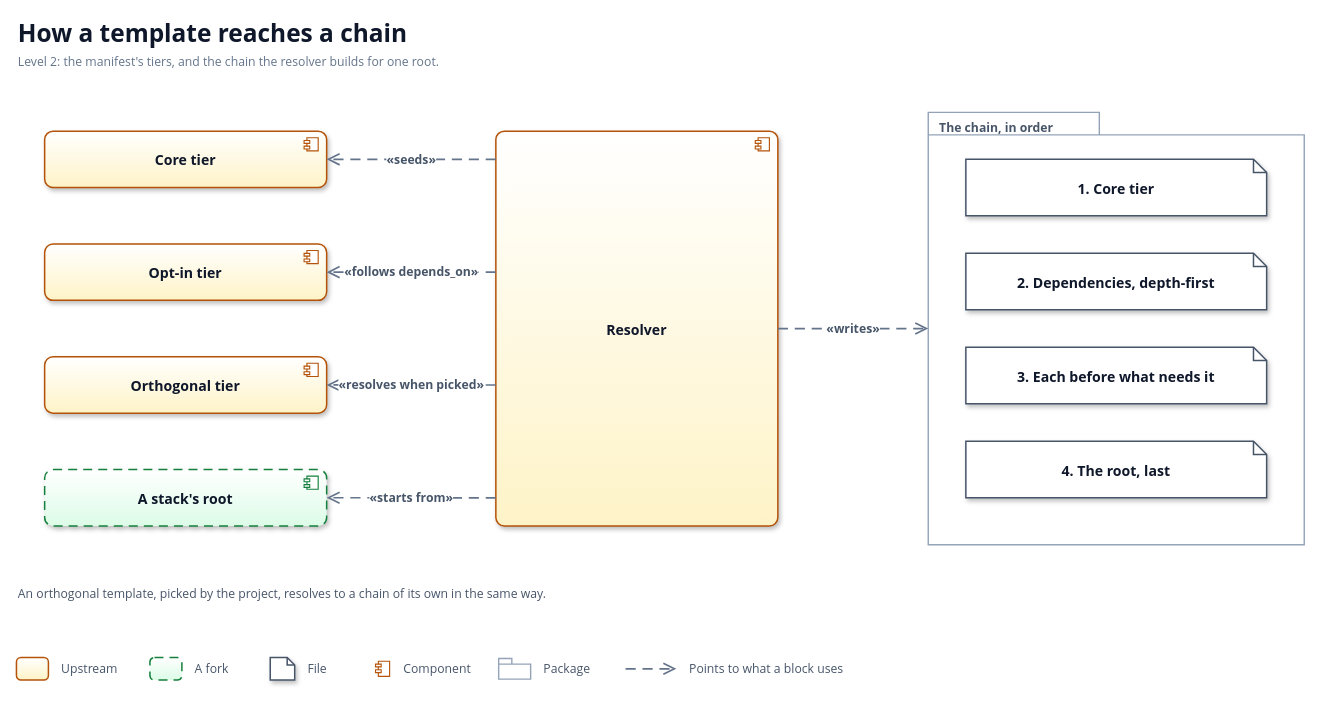
Above: docs/diagrams/building-blocks-manifest.drawio in solid-ai-dev/solid-ai-templates (draw.io), before the change. Source tidied: cells renumbered, new cells numbered last; positions are measured from the earlier drawing's top-left corner, leaving out a move shared by most shapes. Both pictures are drawn from the tidied source at 94%, with x=0, y=0 at pixel (16, 16).
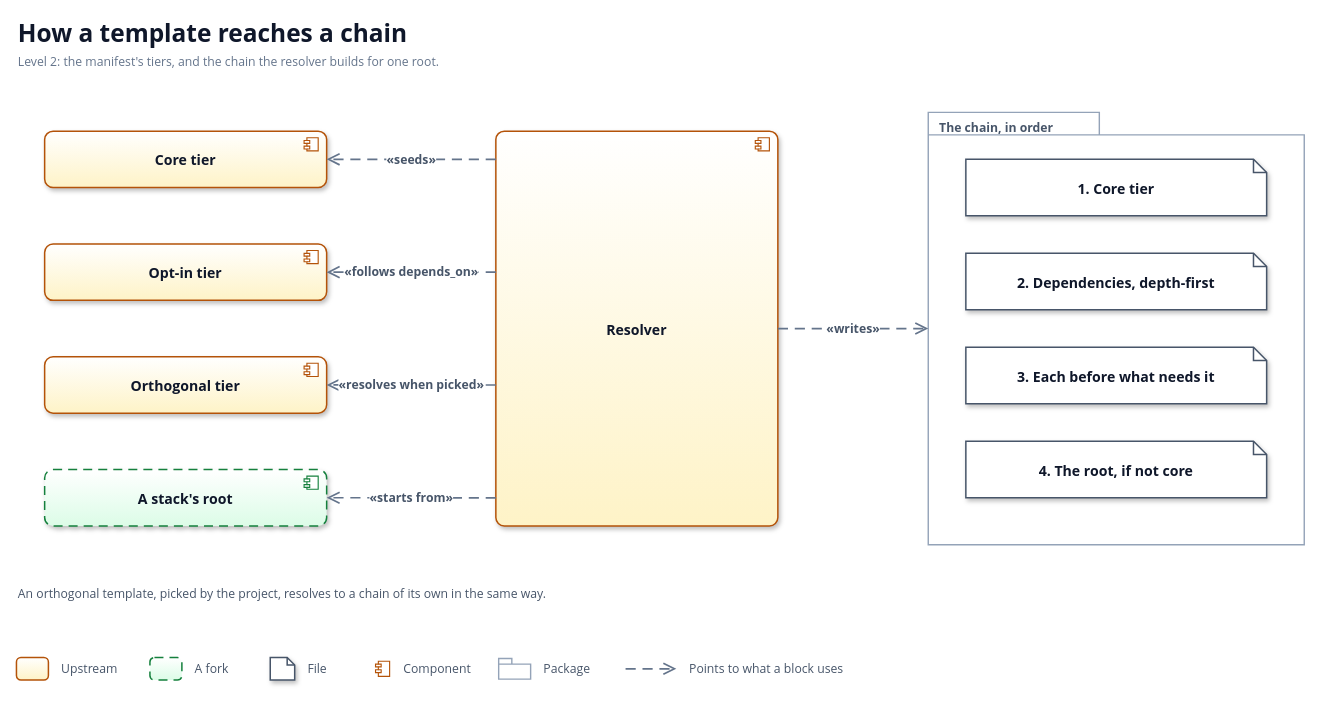
Above is the later version.

Diff of the diagram source:
```diff
@@
-    <mxCell id="18" value="4. The root, last" style="shape=note;size=14;whiteSpace=wrap;html=1;fillColor=#FFFFFF;strokeColor=#475569;strokeWidth=1.6;shadow=1;align=center;verticalAlign=middle;fontFamily=Segoe UI;fontSize=15;fontStyle=1;fontColor=#0F172A;spacingLeft=10;spacingRight=10;" parent="1" vertex="1">
+    <mxCell id="18" value="4. The root, if not core" style="shape=note;size=14;whiteSpace=wrap;html=1;fillColor=#FFFFFF;strokeColor=#475569;strokeWidth=1.6;shadow=1;align=center;verticalAlign=middle;fontFamily=Segoe UI;fontSize=15;fontStyle=1;fontColor=#0F172A;spacingLeft=10;spacingRight=10;" parent="1" vertex="1">
       <mxGeometry x="1010" y="452" width="320" height="60" as="geometry" />
     </mxCell>
```
